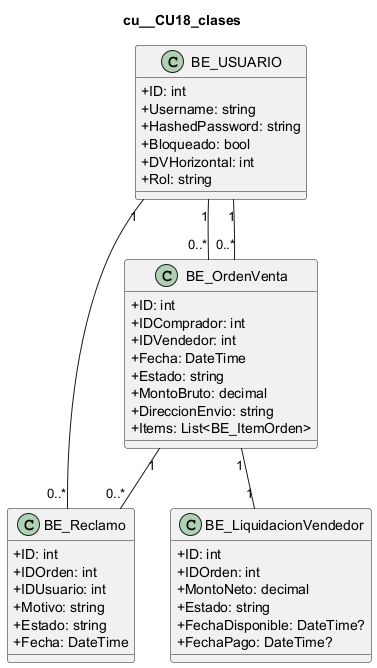
Earlier version of the PlantUML export docs/diagramas/uml_png/cu__CU18_clases.png (L-Muniz/uai-diploma_2026).
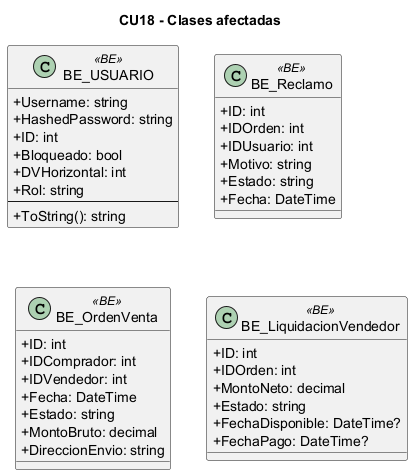
Later version of the same file.

Diff of the diagram source:
```diff
@@ -1,15 +1,17 @@
 @startuml
 skinparam classAttributeIconSize 0
-title cu__CU18_clases
-class "BE_USUARIO" as USUARIO {
-  +ID: int
+title CU18 - Clases afectadas
+class "BE_USUARIO" as BE_USUARIO <<BE>> {
   +Username: string
   +HashedPassword: string
+  +ID: int
   +Bloqueado: bool
   +DVHorizontal: int
   +Rol: string
+  --
+  +ToString(): string
 }
-class "BE_Reclamo" as RECLAMO {
+class "BE_Reclamo" as BE_Reclamo <<BE>> {
   +ID: int
   +IDOrden: int
   +IDUsuario: int
@@ -17,7 +19,7 @@
   +Estado: string
   +Fecha: DateTime
 }
-class "BE_OrdenVenta" as ORDEN {
+class "BE_OrdenVenta" as BE_OrdenVenta <<BE>> {
   +ID: int
   +IDComprador: int
   +IDVendedor: int
@@ -25,9 +27,8 @@
   +Estado: string
   +MontoBruto: decimal
   +DireccionEnvio: string
-  +Items: List<BE_ItemOrden>
 }
-class "BE_LiquidacionVendedor" as LIQUIDACION {
+class "BE_LiquidacionVendedor" as BE_LiquidacionVendedor <<BE>> {
   +ID: int
   +IDOrden: int
   +MontoNeto: decimal
@@ -35,9 +36,4 @@
   +FechaDisponible: DateTime?
   +FechaPago: DateTime?
 }
-USUARIO "1" -- "0..*" ORDEN
-USUARIO "1" -- "0..*" ORDEN
-ORDEN "1" -- "1" LIQUIDACION
-ORDEN "1" -- "0..*" RECLAMO
-USUARIO "1" -- "0..*" RECLAMO
 @enduml
```
